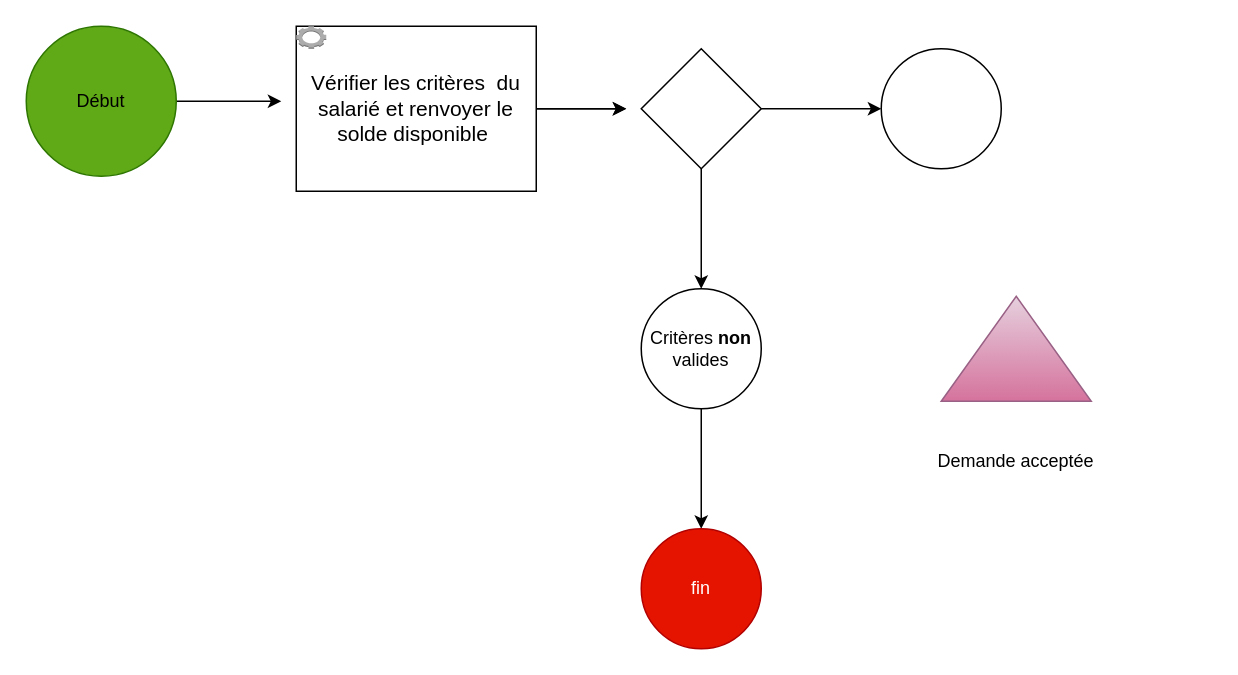
The draw.io diagram Diagramme sans nom.drawio in arabam13/workflow, before the edit. Source tidied: cells renumbered, new cells numbered last; positions are measured from the earlier drawing's top-left corner, leaving out a move shared by most shapes. Both pictures are drawn from the tidied source at 150%, with x=0, y=0 at pixel (26, 26).
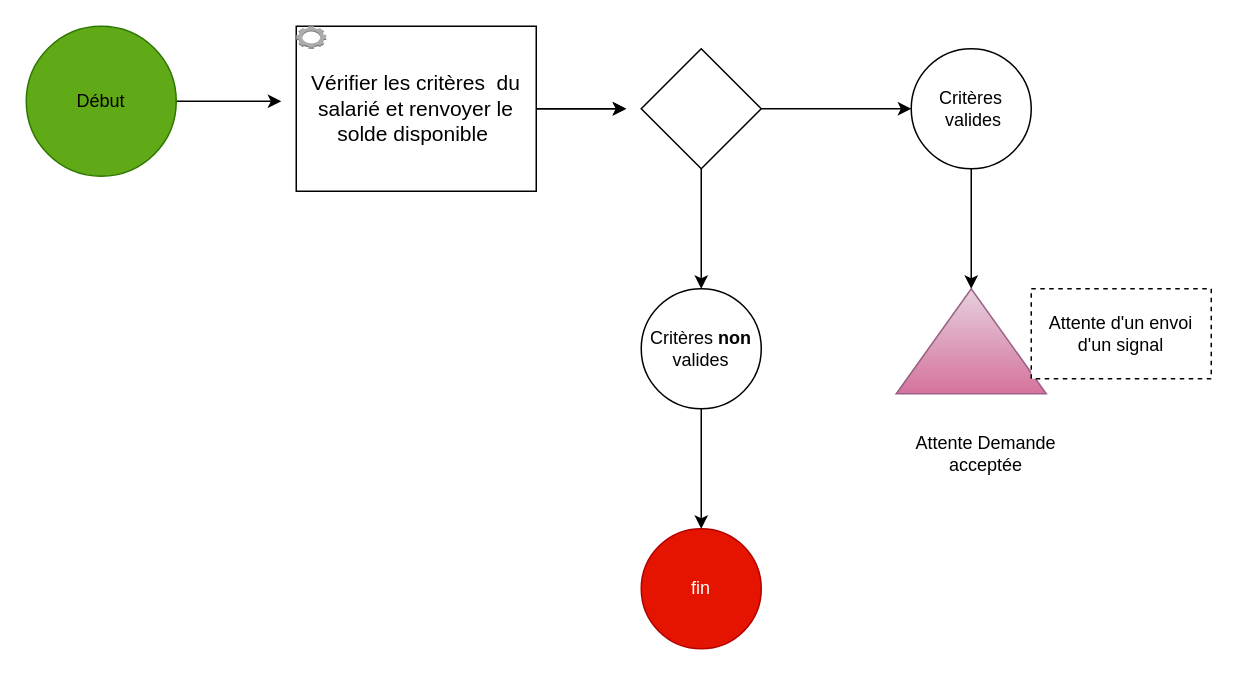
After the change.

Commit message:
Mettre à jour Diagramme.drawio

The edit, as a diff of the source:
```diff
@@
     <mxCell id="8" style="verticalLabelPosition=bottom;verticalAlign=top;html=1;shape=mxgraph.basic.acute_triangle;dx=0.5;fillColor=#e6d0de;strokeColor=#996185;gradientColor=#d5739d;" parent="1" vertex="1">
-      <mxGeometry x="610" y="180" width="100" height="70" as="geometry" />
+      <mxGeometry x="580" y="175" width="100" height="70" as="geometry" />
     </mxCell>
-    <mxCell id="9" value="Demande acceptée" style="rounded=0;whiteSpace=wrap;html=1;fillColor=default;strokeColor=none;" parent="1" vertex="1">
-      <mxGeometry x="600" y="260" width="120" height="60" as="geometry" />
+    <mxCell id="9" value="Attente Demande acceptée" style="rounded=0;whiteSpace=wrap;html=1;fillColor=default;strokeColor=none;" parent="1" vertex="1">
+      <mxGeometry x="580" y="255" width="120" height="60" as="geometry" />
     </mxCell>
@@
+    <mxCell id="18" style="edgeStyle=orthogonalEdgeStyle;rounded=0;jettySize=auto;html=1;" parent="1" edge="1" source="16" target="8">
+      <mxGeometry relative="1" as="geometry" />
+    </mxCell>
-    <mxCell id="16" style="ellipse;whiteSpace=wrap;html=1;shapeInside=1;" parent="1" vertex="1">
-      <mxGeometry x="570" y="15" width="80" height="80" as="geometry" />
+    <mxCell id="16" value="Critères &amp;nbsp;valides" style="ellipse;whiteSpace=wrap;html=1;shapeInside=1;" parent="1" vertex="1">
+      <mxGeometry x="590" y="15" width="80" height="80" as="geometry" />
     </mxCell>
@@
+    <mxCell id="19" value="Attente d'un envoi d'un signal" style="whiteSpace=wrap;html=1;dashed=1;" parent="1" vertex="1">
+      <mxGeometry x="670" y="175" width="120" height="60" as="geometry" />
+    </mxCell>
```
